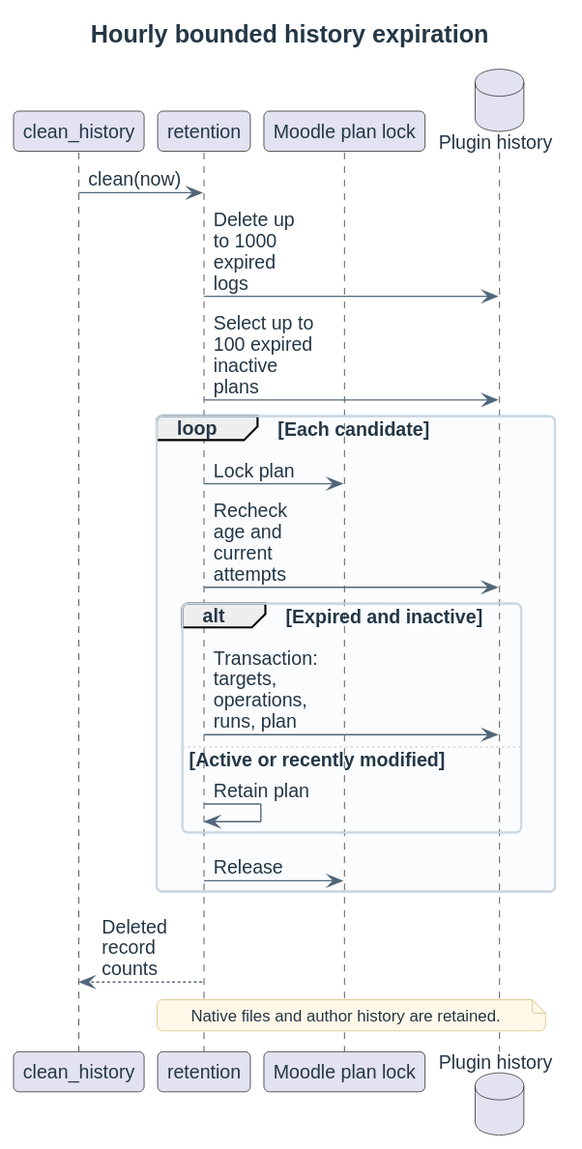
Before: docs/diagrams/design/sequences/history-retention.svg, a diagram exported from PlantUML (didactika/moodle-local_coursefiles).
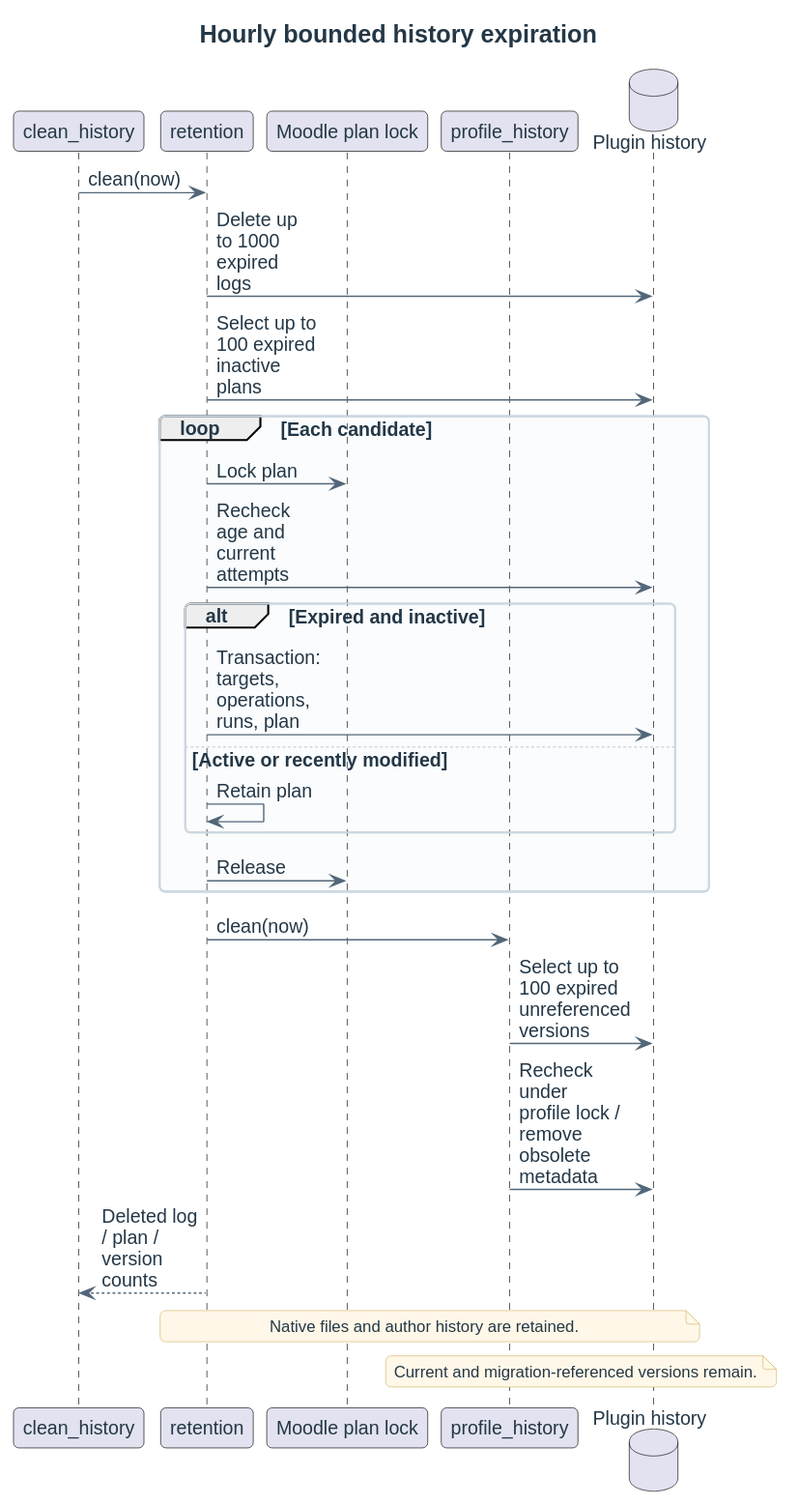
Later version of the same file.

Diff of the diagram source:
```diff
@@ -4,6 +4,7 @@
 participant clean_history as Task
 participant retention as Cleanup
 participant "Moodle plan lock" as Lock
+participant profile_history as Versions
 database "Plugin history" as DB
 Task -> Cleanup : clean(now)
 Cleanup -> DB : Delete up to 1000 expired logs
@@ -18,6 +19,10 @@
   end
   Cleanup -> Lock : Release
 end
-Cleanup --> Task : Deleted record counts
+Cleanup -> Versions : clean(now)
+Versions -> DB : Select up to 100 expired unreferenced versions
+Versions -> DB : Recheck under profile lock / remove obsolete metadata
+Cleanup --> Task : Deleted log / plan / version counts
 note over Cleanup, DB : Native files and author history are retained.
+note over Versions, DB : Current and migration-referenced versions remain.
 @enduml
```
